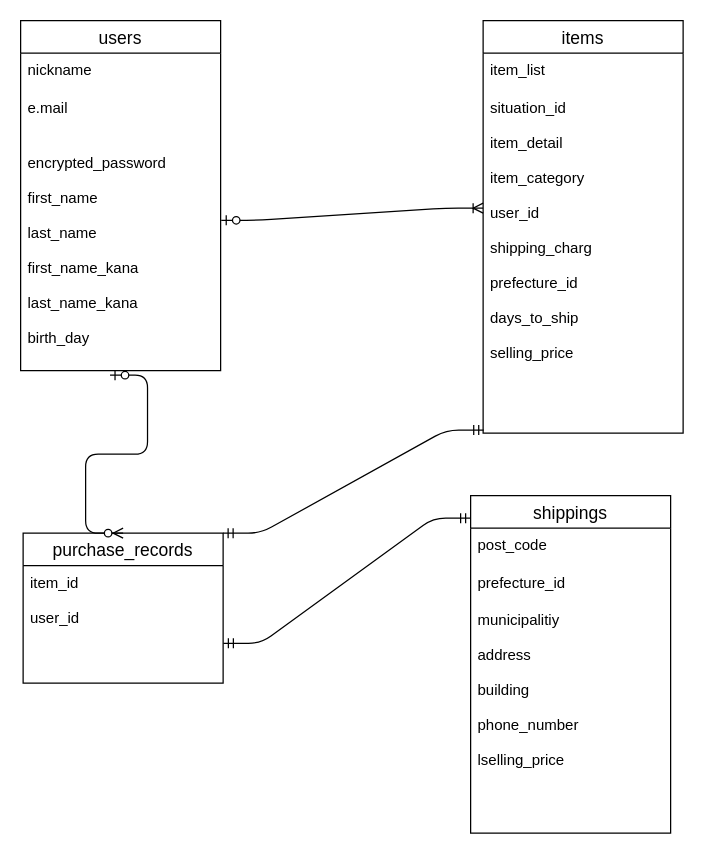
This is test.dio from isukacoffee/furima-38197, a draw.io file, before an edit. Source tidied: cells renumbered, new cells numbered last; positions are measured from the earlier drawing's top-left corner, leaving out a move shared by most shapes. Both pictures are drawn from the tidied source at 125%, with x=0, y=0 at pixel (20, 20).
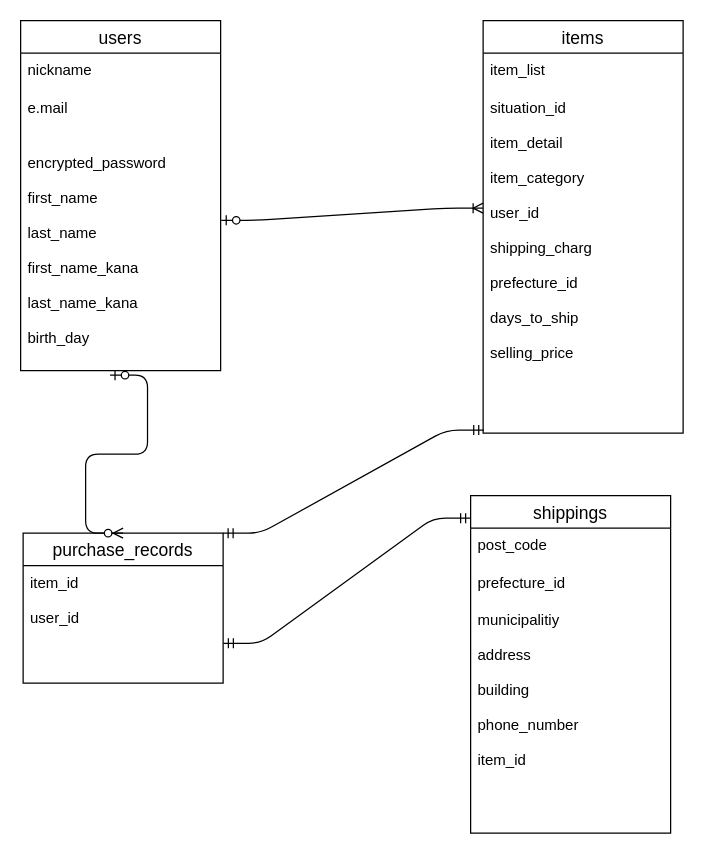
Above is the later version.

The change refers to these unchanged cells:
```xml
<mxCell id="11" value="shippings" style="swimlane;fontStyle=0;horizontal=1;startSize=26;align=center;fontSize=14;" parent="1" vertex="1">
  <mxGeometry x="360" y="380" width="160" height="270" as="geometry" />
</mxCell>
```

The edit, as a diff of the source:
```diff
@@
-    <mxCell id="14" value="municipalitiy&#10;&#10;address&#10;&#10;building&#10;&#10;phone_number&#10;&#10;lselling_price&#10;" style="text;strokeColor=none;fillColor=none;spacingLeft=4;spacingRight=4;overflow=hidden;fontSize=12;" parent="11" vertex="1">
+    <mxCell id="14" value="municipalitiy&#10;&#10;address&#10;&#10;building&#10;&#10;phone_number&#10;&#10;item_id&#10;" style="text;strokeColor=none;fillColor=none;spacingLeft=4;spacingRight=4;overflow=hidden;fontSize=12;" parent="11" vertex="1">
       <mxGeometry y="86" width="160" height="184" as="geometry" />
     </mxCell>
```
